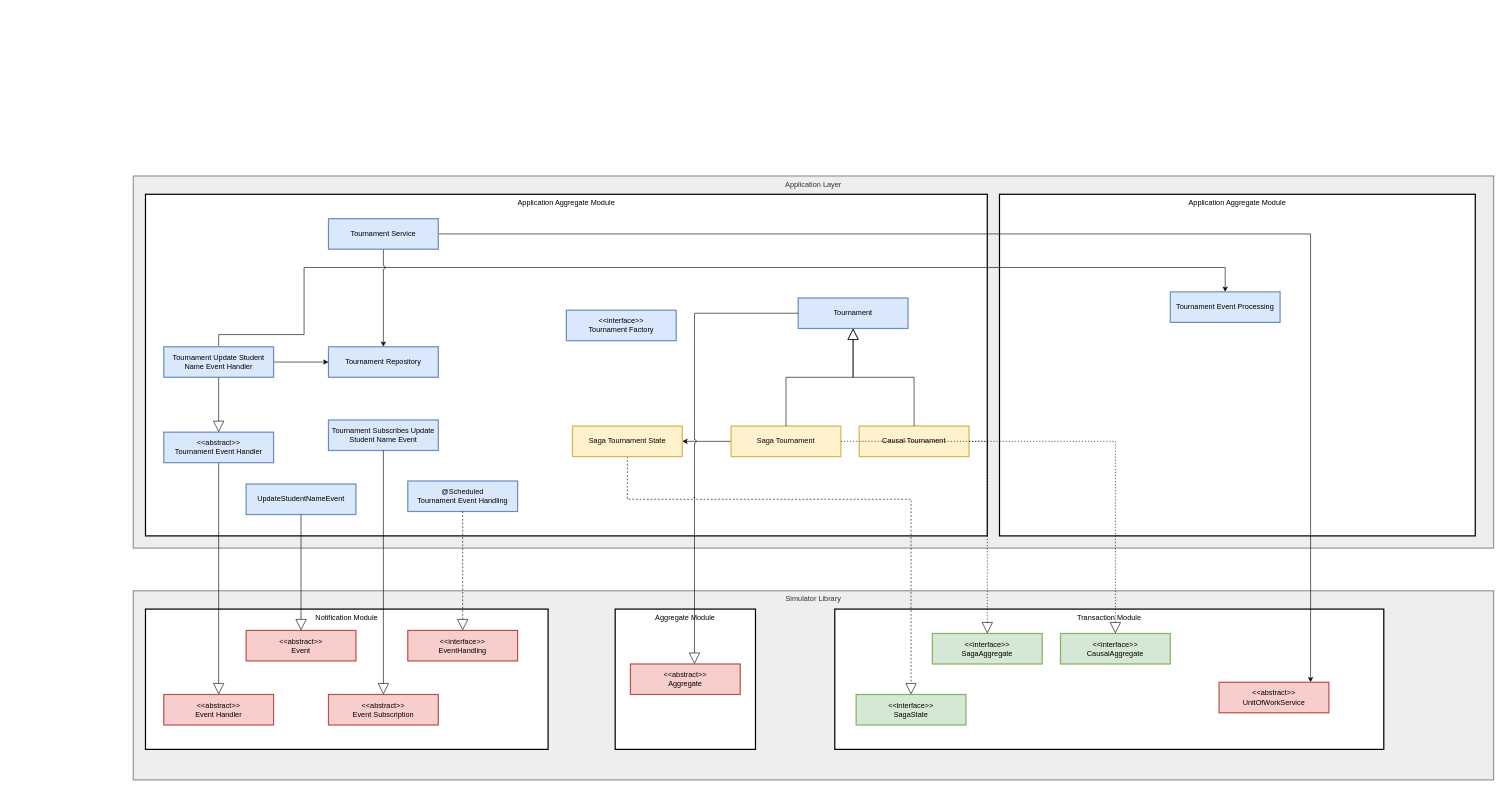
Earlier version of the draw.io diagram data/figs/architecture/layers/layers_app_aggregate.drawio (socialsoftware/microservices-simulator). Source tidied: cells renumbered, new cells numbered last; positions are measured from the earlier drawing's top-left corner, leaving out a move shared by most shapes. Both pictures are drawn from the tidied source at 61%, with x=0, y=0 at pixel (133, 176).
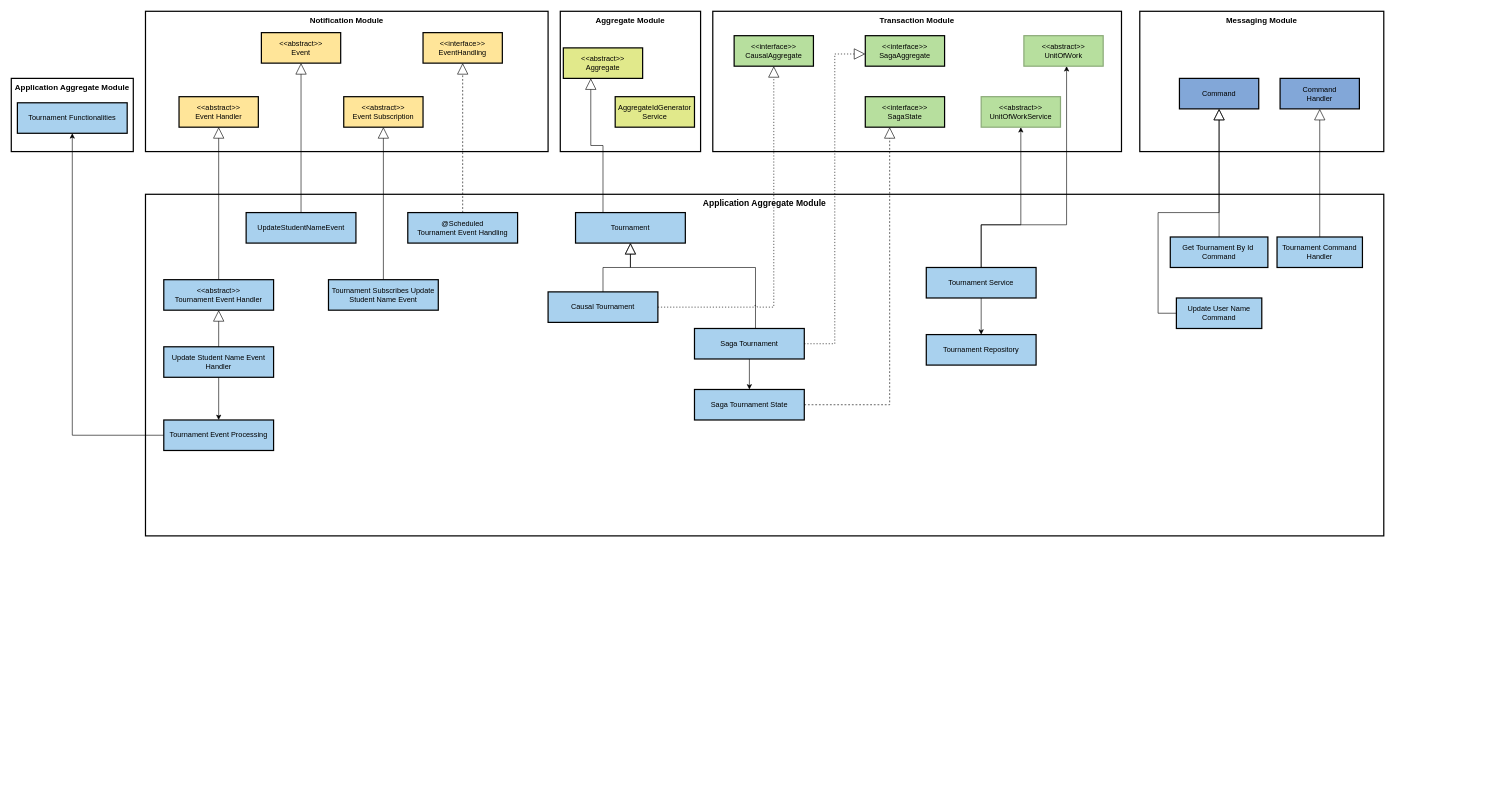
The same page after the edit.

Change to the diagram source:
```diff
@@
-    <mxCell id="2" value="Application Layer" style="whiteSpace=wrap;strokeWidth=2;fillColor=light-dark(#eeeeee,#1f2020);strokeColor=light-dark(#999999,#cccccc);fontColor=light-dark(#333333,#cccccc);verticalAlign=top;" parent="1" vertex="1">
-      <mxGeometry width="2230" height="610" as="geometry" />
-    </mxCell>
-    <mxCell id="3" value="Application Aggregate Module" style="whiteSpace=wrap;strokeWidth=2;verticalAlign=top;" parent="1" vertex="1">
-      <mxGeometry x="1420" y="30" width="780" height="560" as="geometry" />
+    <mxCell id="3" value="Application Aggregate Module" style="whiteSpace=wrap;strokeWidth=2;verticalAlign=top;fontSize=13;fontStyle=1;" parent="1" vertex="1">
+      <mxGeometry x="-200" y="-160" width="200" height="120" as="geometry" />
     </mxCell>
-    <mxCell id="4" value="Simulator Library" style="whiteSpace=wrap;strokeWidth=2;fillColor=light-dark(#eeeeee,#1f2020);strokeColor=light-dark(#999999,#cccccc);fontColor=light-dark(#333333,#cccccc);verticalAlign=top;" parent="1" vertex="1">
-      <mxGeometry y="680" width="2230" height="310" as="geometry" />
-    </mxCell>
+    <mxCell id="47" value="Tournament Functionalities" style="whiteSpace=wrap;strokeWidth=2;fillColor=#A9D1EE;strokeColor=#000000;labelBackgroundColor=none;fontColor=default;textShadow=0;labelBorderColor=none;" parent="1" vertex="1">
+      <mxGeometry x="-190" y="-120" width="180" height="50" as="geometry" />
+    </mxCell>
-    <mxCell id="5" value="Aggregate Module" style="whiteSpace=wrap;strokeWidth=2;verticalAlign=top;" parent="1" vertex="1">
-      <mxGeometry x="790" y="710" width="230" height="230" as="geometry" />
+    <mxCell id="5" value="Aggregate Module" style="whiteSpace=wrap;strokeWidth=2;verticalAlign=top;fontSize=13;fontStyle=1;" parent="1" vertex="1">
+      <mxGeometry x="700" y="-270" width="230" height="230" as="geometry" />
     </mxCell>
-    <mxCell id="6" value="Transaction Module" style="whiteSpace=wrap;strokeWidth=2;verticalAlign=top;" parent="1" vertex="1">
-      <mxGeometry x="1150" y="710" width="900" height="230" as="geometry" />
+    <mxCell id="6" value="Transaction Module" style="whiteSpace=wrap;strokeWidth=2;verticalAlign=top;fontSize=13;fontStyle=1;" parent="1" vertex="1">
+      <mxGeometry x="950" y="-270" width="670" height="230" as="geometry" />
     </mxCell>
-    <mxCell id="7" value="Notification Module" style="whiteSpace=wrap;strokeWidth=2;verticalAlign=top;" parent="1" vertex="1">
-      <mxGeometry x="20" y="710" width="660" height="230" as="geometry" />
+    <mxCell id="7" value="Notification Module" style="whiteSpace=wrap;strokeWidth=2;verticalAlign=top;fontSize=13;fontStyle=1;" parent="1" vertex="1">
+      <mxGeometry x="20" y="-270" width="660" height="230" as="geometry" />
     </mxCell>
-    <mxCell id="8" value="Application Aggregate Module" style="whiteSpace=wrap;strokeWidth=2;verticalAlign=top;" parent="1" vertex="1">
-      <mxGeometry x="20" y="30" width="1380" height="560" as="geometry" />
+    <mxCell id="8" value="Application Aggregate Module" style="whiteSpace=wrap;strokeWidth=2;verticalAlign=top;fontSize=14;fontStyle=1;" parent="1" vertex="1">
+      <mxGeometry x="20" y="30" width="2030" height="560" as="geometry" />
     </mxCell>
-    <mxCell id="9" value="Tournament" style="whiteSpace=wrap;strokeWidth=2;fillColor=#dae8fc;strokeColor=#6c8ebf;" parent="1" vertex="1">
-      <mxGeometry x="1090" y="200" width="180" height="50" as="geometry" />
+    <mxCell id="9" value="Tournament" style="whiteSpace=wrap;strokeWidth=2;fillColor=#A9D1EE;strokeColor=#000000;labelBackgroundColor=none;fontColor=default;textShadow=0;labelBorderColor=none;" parent="1" vertex="1">
+      <mxGeometry x="725" y="60" width="180" height="50" as="geometry" />
     </mxCell>
@@
-    <mxCell id="11" value="Saga Tournament" style="whiteSpace=wrap;strokeWidth=2;fillColor=#fff2cc;strokeColor=#d6b656;" parent="1" vertex="1">
-      <mxGeometry x="980" y="410" width="180" height="50" as="geometry" />
+    <mxCell id="11" value="Saga Tournament" style="whiteSpace=wrap;strokeWidth=2;fillColor=#A9D1EE;strokeColor=#000000;labelBackgroundColor=none;fontColor=default;textShadow=0;labelBorderColor=none;" parent="1" vertex="1">
+      <mxGeometry x="920" y="250" width="180" height="50" as="geometry" />
     </mxCell>
-    <mxCell id="12" value="Causal Tournament" style="whiteSpace=wrap;strokeWidth=2;fillColor=#fff2cc;strokeColor=#d6b656;" parent="1" vertex="1">
-      <mxGeometry x="1190" y="410" width="180" height="50" as="geometry" />
+    <mxCell id="12" value="Causal Tournament" style="whiteSpace=wrap;strokeWidth=2;fillColor=#A9D1EE;strokeColor=#000000;labelBackgroundColor=none;fontColor=default;textShadow=0;labelBorderColor=none;" parent="1" vertex="1">
+      <mxGeometry x="680" y="190" width="180" height="50" as="geometry" />
     </mxCell>
-    <mxCell id="13" value="UpdateStudentNameEvent" style="whiteSpace=wrap;strokeWidth=2;fillColor=#dae8fc;strokeColor=#6c8ebf;" parent="1" vertex="1">
-      <mxGeometry x="185" y="505" width="180" height="50" as="geometry" />
+    <mxCell id="13" value="UpdateStudentNameEvent" style="whiteSpace=wrap;strokeWidth=2;fillColor=#A9D1EE;strokeColor=#000000;labelBackgroundColor=none;fontColor=default;textShadow=0;labelBorderColor=none;" parent="1" vertex="1">
+      <mxGeometry x="185" y="60" width="180" height="50" as="geometry" />
     </mxCell>
-    <mxCell id="14" value="&lt;&lt;abstract&gt;&gt;&#10;Event" style="whiteSpace=wrap;strokeWidth=2;fillColor=#f8cecc;strokeColor=#b85450;" parent="1" vertex="1">
-      <mxGeometry x="185" y="745" width="180" height="50" as="geometry" />
+    <mxCell id="14" value="&lt;&lt;abstract&gt;&gt;&#10;Event" style="whiteSpace=wrap;strokeWidth=2;fillColor=#FFE599;strokeColor=#000000;" parent="1" vertex="1">
+      <mxGeometry x="210" y="-235" width="130" height="50" as="geometry" />
     </mxCell>
-    <mxCell id="15" value="&lt;&lt;interface&gt;&gt;&#10;SagaAggregate" style="whiteSpace=wrap;strokeWidth=2;fillColor=#d5e8d4;strokeColor=#82b366;" parent="1" vertex="1">
-      <mxGeometry x="1310" y="750" width="180" height="50" as="geometry" />
+    <mxCell id="15" value="&lt;&lt;interface&gt;&gt;&#10;SagaAggregate" style="whiteSpace=wrap;strokeWidth=2;fillColor=#B7DF9E;strokeColor=#000000;" parent="1" vertex="1">
+      <mxGeometry x="1200" y="-230" width="130" height="50" as="geometry" />
     </mxCell>
-    <mxCell id="16" value="&lt;&lt;interface&gt;&gt;&#10;CausalAggregate" style="whiteSpace=wrap;strokeWidth=2;fillColor=#d5e8d4;strokeColor=#82b366;" parent="1" vertex="1">
-      <mxGeometry x="1520" y="750" width="180" height="50" as="geometry" />
+    <mxCell id="16" value="&lt;&lt;interface&gt;&gt;&#10;CausalAggregate" style="whiteSpace=wrap;strokeWidth=2;fillColor=#B7DF9E;strokeColor=#000000;" parent="1" vertex="1">
+      <mxGeometry x="985" y="-230" width="130" height="50" as="geometry" />
     </mxCell>
-    <mxCell id="17" value="&lt;&lt;abstract&gt;&gt;&#10;Aggregate" style="whiteSpace=wrap;strokeWidth=2;fillColor=#f8cecc;strokeColor=#b85450;" parent="1" vertex="1">
-      <mxGeometry x="815" y="800" width="180" height="50" as="geometry" />
+    <mxCell id="17" value="&lt;&lt;abstract&gt;&gt;&#10;Aggregate" style="whiteSpace=wrap;strokeWidth=2;fillColor=#E1E98B;strokeColor=#000000;" parent="1" vertex="1">
+      <mxGeometry x="705" y="-210" width="130" height="50" as="geometry" />
     </mxCell>
     <mxCell id="18" style="startArrow=none;endArrow=block;rounded=0;edgeStyle=orthogonalEdgeStyle;endFill=0;jumpSize=6;endSize=16;jumpStyle=arc;" parent="1" edge="1" source="11" target="9">
-      <mxGeometry relative="1" as="geometry" />
+      <mxGeometry relative="1" as="geometry">
+        <Array as="points">
+          <mxPoint x="1020" y="150" />
+          <mxPoint x="815" y="150" />
+        </Array>
+      </mxGeometry>
     </mxCell>
@@
-    <mxCell id="20" style="dashed=1;dashPattern=2 3;startArrow=none;endArrow=block;entryX=0.5;entryY=0;rounded=0;edgeStyle=orthogonalEdgeStyle;endFill=0;endSize=16;jumpStyle=arc;" parent="1" edge="1" source="11" target="15">
-      <mxGeometry relative="1" as="geometry" />
+    <mxCell id="20" style="dashed=1;dashPattern=2 3;startArrow=none;endArrow=block;rounded=0;edgeStyle=orthogonalEdgeStyle;endFill=0;endSize=16;jumpStyle=arc;" parent="1" edge="1" source="11" target="15">
+      <mxGeometry relative="1" as="geometry">
+        <Array as="points">
+          <mxPoint x="1150" y="275" />
+          <mxPoint x="1150" y="-200" />
+        </Array>
+      </mxGeometry>
     </mxCell>
-    <mxCell id="21" style="dashed=1;dashPattern=2 3;startArrow=none;endArrow=block;entryX=0.5;entryY=0;rounded=0;edgeStyle=orthogonalEdgeStyle;endFill=0;endSize=16;jumpStyle=arc;" parent="1" edge="1" source="12" target="16">
+    <mxCell id="21" style="dashed=1;dashPattern=2 3;startArrow=none;endArrow=block;rounded=0;edgeStyle=orthogonalEdgeStyle;endFill=0;endSize=16;jumpStyle=arc;" parent="1" edge="1" source="12" target="16">
       <mxGeometry relative="1" as="geometry" />
     </mxCell>
     <mxCell id="22" style="startArrow=none;endArrow=block;rounded=0;edgeStyle=orthogonalEdgeStyle;endFill=0;endSize=16;jumpStyle=arc;" parent="1" edge="1" source="9" target="17">
       <mxGeometry relative="1" as="geometry">
         <Array as="points">
-          <mxPoint x="920" y="225" />
+          <mxPoint x="770" y="-50" />
+          <mxPoint x="750" y="-50" />
         </Array>
       </mxGeometry>
     </mxCell>
@@
-    <mxCell id="24" style="edgeStyle=orthogonalEdgeStyle;rounded=0;jettySize=auto;html=1;jumpStyle=arc;" parent="1" edge="1" source="26" target="41">
-      <mxGeometry relative="1" as="geometry" />
-    </mxCell>
     <mxCell id="25" style="edgeStyle=orthogonalEdgeStyle;rounded=0;jettySize=auto;html=1;jumpStyle=arc;" parent="1" edge="1" source="26" target="42">
-      <mxGeometry relative="1" as="geometry">
-        <Array as="points">
-          <mxPoint x="140" y="260" />
-          <mxPoint x="280" y="260" />
-          <mxPoint x="280" y="150" />
-          <mxPoint x="1790" y="150" />
-        </Array>
-      </mxGeometry>
+      <mxGeometry relative="1" as="geometry" />
     </mxCell>
-    <mxCell id="26" value="Tournament Update Student Name Event Handler" style="whiteSpace=wrap;strokeWidth=2;fillColor=#dae8fc;strokeColor=#6c8ebf;" parent="1" vertex="1">
+    <mxCell id="26" value="Update Student Name Event Handler" style="whiteSpace=wrap;strokeWidth=2;fillColor=#A9D1EE;strokeColor=#000000;labelBackgroundColor=none;fontColor=default;textShadow=0;labelBorderColor=none;" parent="1" vertex="1">
       <mxGeometry x="50" y="280" width="180" height="50" as="geometry" />
     </mxCell>
-    <mxCell id="27" value="&lt;&lt;abstract&gt;&gt;&#10;Event Handler" style="whiteSpace=wrap;strokeWidth=2;fillColor=#f8cecc;strokeColor=#b85450;" parent="1" vertex="1">
-      <mxGeometry x="50" y="850" width="180" height="50" as="geometry" />
+    <mxCell id="27" value="&lt;&lt;abstract&gt;&gt;&#10;Event Handler" style="whiteSpace=wrap;strokeWidth=2;fillColor=#FFE599;strokeColor=#000000;" parent="1" vertex="1">
+      <mxGeometry x="75" y="-130" width="130" height="50" as="geometry" />
     </mxCell>
@@
-    <mxCell id="29" value="Tournament Subscribes Update Student Name Event" style="whiteSpace=wrap;strokeWidth=2;fillColor=#dae8fc;strokeColor=#6c8ebf;" parent="1" vertex="1">
-      <mxGeometry x="320" y="400" width="180" height="50" as="geometry" />
+    <mxCell id="29" value="Tournament Subscribes Update Student Name Event" style="whiteSpace=wrap;strokeWidth=2;fillColor=#A9D1EE;strokeColor=#000000;labelBackgroundColor=none;fontColor=default;textShadow=0;labelBorderColor=none;" parent="1" vertex="1">
+      <mxGeometry x="320" y="170" width="180" height="50" as="geometry" />
     </mxCell>
-    <mxCell id="30" value="&lt;&lt;abstract&gt;&gt;&#10;Event Subscription" style="whiteSpace=wrap;strokeWidth=2;fillColor=#f8cecc;strokeColor=#b85450;" parent="1" vertex="1">
-      <mxGeometry x="320" y="850" width="180" height="50" as="geometry" />
+    <mxCell id="30" value="&lt;&lt;abstract&gt;&gt;&#10;Event Subscription" style="whiteSpace=wrap;strokeWidth=2;fillColor=#FFE599;strokeColor=#000000;" parent="1" vertex="1">
+      <mxGeometry x="345" y="-130" width="130" height="50" as="geometry" />
     </mxCell>
@@
-    <mxCell id="32" value="@Scheduled&#10;Tournament Event Handling" style="whiteSpace=wrap;strokeWidth=2;fillColor=#dae8fc;strokeColor=#6c8ebf;" parent="1" vertex="1">
-      <mxGeometry x="450" y="500" width="180" height="50" as="geometry" />
+    <mxCell id="32" value="@Scheduled&#10;Tournament Event Handling" style="whiteSpace=wrap;strokeWidth=2;fillColor=#A9D1EE;strokeColor=#000000;labelBackgroundColor=none;fontColor=default;textShadow=0;labelBorderColor=none;" parent="1" vertex="1">
+      <mxGeometry x="450" y="60" width="180" height="50" as="geometry" />
     </mxCell>
     <mxCell id="33" style="edgeStyle=orthogonalEdgeStyle;rounded=0;jettySize=auto;html=1;endArrow=block;endFill=0;endSize=16;dashed=1;jumpStyle=arc;" parent="1" edge="1" source="34" target="38">
       <mxGeometry relative="1" as="geometry">
         <Array as="points">
-          <mxPoint x="810" y="530" />
-          <mxPoint x="1275" y="530" />
+          <mxPoint x="1240" y="375" />
         </Array>
       </mxGeometry>
     </mxCell>
-    <mxCell id="34" value="Saga Tournament State" style="whiteSpace=wrap;strokeWidth=2;fillColor=#fff2cc;strokeColor=#d6b656;" parent="1" vertex="1">
-      <mxGeometry x="720" y="410" width="180" height="50" as="geometry" />
-    </mxCell>
     <mxCell id="35" style="edgeStyle=orthogonalEdgeStyle;rounded=0;jettySize=auto;html=1;jumpStyle=arc;" parent="1" edge="1" source="37" target="43">
       <mxGeometry relative="1" as="geometry">
         <Array as="points">
-          <mxPoint x="1930" y="95" />
+          <mxPoint x="1390" y="80" />
+          <mxPoint x="1455" y="80" />
         </Array>
       </mxGeometry>
     </mxCell>
@@
+    <mxCell id="48" style="edgeStyle=orthogonalEdgeStyle;rounded=0;jettySize=auto;html=1;" parent="1" edge="1" source="37" target="51">
+      <mxGeometry relative="1" as="geometry">
+        <Array as="points">
+          <mxPoint x="1390" y="80" />
+          <mxPoint x="1530" y="80" />
+        </Array>
+      </mxGeometry>
+    </mxCell>
-    <mxCell id="37" value="Tournament Service" style="whiteSpace=wrap;strokeWidth=2;fillColor=#dae8fc;strokeColor=#6c8ebf;" parent="1" vertex="1">
-      <mxGeometry x="320" y="70" width="180" height="50" as="geometry" />
+    <mxCell id="37" value="Tournament Service" style="whiteSpace=wrap;strokeWidth=2;fillColor=#A9D1EE;strokeColor=#000000;labelBackgroundColor=none;fontColor=default;textShadow=0;labelBorderColor=none;" parent="1" vertex="1">
+      <mxGeometry x="1300" y="150" width="180" height="50" as="geometry" />
     </mxCell>
-    <mxCell id="38" value="&lt;&lt;interface&gt;&gt;&#10;SagaState" style="whiteSpace=wrap;strokeWidth=2;fillColor=#d5e8d4;strokeColor=#82b366;" parent="1" vertex="1">
-      <mxGeometry x="1185" y="850" width="180" height="50" as="geometry" />
+    <mxCell id="38" value="&lt;&lt;interface&gt;&gt;&#10;SagaState" style="whiteSpace=wrap;strokeWidth=2;fillColor=#B7DF9E;strokeColor=#000000;" parent="1" vertex="1">
+      <mxGeometry x="1200" y="-130" width="130" height="50" as="geometry" />
     </mxCell>
-    <mxCell id="39" value="&lt;&lt;abstract&gt;&gt;&#10;Tournament Event Handler" style="whiteSpace=wrap;strokeWidth=2;fillColor=#dae8fc;strokeColor=#6c8ebf;" parent="1" vertex="1">
-      <mxGeometry x="50" y="420" width="180" height="50" as="geometry" />
+    <mxCell id="39" value="&lt;&lt;abstract&gt;&gt;&#10;Tournament Event Handler" style="whiteSpace=wrap;strokeWidth=2;fillColor=#A9D1EE;strokeColor=#000000;labelBackgroundColor=none;fontColor=default;textShadow=0;labelBorderColor=none;" parent="1" vertex="1">
+      <mxGeometry x="50" y="170" width="180" height="50" as="geometry" />
     </mxCell>
@@
-    <mxCell id="41" value="Tournament Repository" style="whiteSpace=wrap;strokeWidth=2;fillColor=#dae8fc;strokeColor=#6c8ebf;" parent="1" vertex="1">
-      <mxGeometry x="320" y="280" width="180" height="50" as="geometry" />
+    <mxCell id="41" value="Tournament Repository" style="whiteSpace=wrap;strokeWidth=2;fillColor=#A9D1EE;strokeColor=#000000;labelBackgroundColor=none;fontColor=default;textShadow=0;labelBorderColor=none;" parent="1" vertex="1">
+      <mxGeometry x="1300" y="260" width="180" height="50" as="geometry" />
     </mxCell>
+    <mxCell id="49" style="edgeStyle=orthogonalEdgeStyle;rounded=0;jettySize=auto;html=1;" parent="1" edge="1" source="42" target="47">
+      <mxGeometry relative="1" as="geometry" />
+    </mxCell>
-    <mxCell id="42" value="Tournament Event Processing" style="whiteSpace=wrap;strokeWidth=2;fillColor=#dae8fc;strokeColor=#6c8ebf;" parent="1" vertex="1">
-      <mxGeometry x="1700" y="190" width="180" height="50" as="geometry" />
+    <mxCell id="42" value="Tournament Event Processing" style="whiteSpace=wrap;strokeWidth=2;fillColor=#A9D1EE;strokeColor=#000000;labelBackgroundColor=none;fontColor=default;textShadow=0;labelBorderColor=none;" parent="1" vertex="1">
+      <mxGeometry x="50" y="400" width="180" height="50" as="geometry" />
     </mxCell>
-    <mxCell id="43" value="&lt;&lt;abstract&gt;&gt;&#10;UnitOfWorkService" style="whiteSpace=wrap;strokeWidth=2;fillColor=#f8cecc;strokeColor=#b85450;" parent="1" vertex="1">
-      <mxGeometry x="1780" y="830" width="180" height="50" as="geometry" />
+    <mxCell id="43" value="&lt;&lt;abstract&gt;&gt;&#10;UnitOfWorkService" style="whiteSpace=wrap;strokeWidth=2;fillColor=#B7DF9E;strokeColor=#8CAB79;" parent="1" vertex="1">
+      <mxGeometry x="1390" y="-130" width="130" height="50" as="geometry" />
     </mxCell>
-    <mxCell id="44" value="&lt;&lt;interface&gt;&gt;&#10;Tournament Factory" style="whiteSpace=wrap;strokeWidth=2;fillColor=#dae8fc;strokeColor=#6c8ebf;" parent="1" vertex="1">
-      <mxGeometry x="710" y="220" width="180" height="50" as="geometry" />
-    </mxCell>
-    <mxCell id="45" value="&lt;&lt;interface&gt;&gt;&#10;EventHandling" style="whiteSpace=wrap;strokeWidth=2;fillColor=#f8cecc;strokeColor=#b85450;" parent="1" vertex="1">
-      <mxGeometry x="450" y="745" width="180" height="50" as="geometry" />
+    <mxCell id="45" value="&lt;&lt;interface&gt;&gt;&#10;EventHandling" style="whiteSpace=wrap;strokeWidth=2;fillColor=#FFE599;strokeColor=#000000;" parent="1" vertex="1">
+      <mxGeometry x="475" y="-235" width="130" height="50" as="geometry" />
     </mxCell>
@@
+    <mxCell id="34" value="Saga Tournament State" style="whiteSpace=wrap;strokeWidth=2;fillColor=#A9D1EE;strokeColor=#000000;labelBackgroundColor=none;fontColor=default;textShadow=0;labelBorderColor=none;" parent="1" vertex="1">
+      <mxGeometry x="920" y="350" width="180" height="50" as="geometry" />
+    </mxCell>
+    <mxCell id="50" value="Messaging Module" style="whiteSpace=wrap;strokeWidth=2;verticalAlign=top;fontSize=13;fontStyle=1;" parent="1" vertex="1">
+      <mxGeometry x="1650" y="-270" width="400" height="230" as="geometry" />
+    </mxCell>
+    <mxCell id="51" value="&lt;&lt;abstract&gt;&gt;&#10;UnitOfWork" style="whiteSpace=wrap;strokeWidth=2;fillColor=#B7DF9E;strokeColor=#8CAB79;" parent="1" vertex="1">
+      <mxGeometry x="1460" y="-230" width="130" height="50" as="geometry" />
+    </mxCell>
+    <mxCell id="52" style="edgeStyle=orthogonalEdgeStyle;rounded=0;jettySize=auto;html=1;endArrow=block;endFill=0;endSize=16;" parent="1" edge="1" source="53" target="54">
+      <mxGeometry relative="1" as="geometry">
+        <Array as="points">
+          <mxPoint x="1780" y="-20" />
+          <mxPoint x="1780" y="-20" />
+        </Array>
+      </mxGeometry>
+    </mxCell>
+    <mxCell id="53" value="Get Tournament By Id &#10;Command" style="whiteSpace=wrap;strokeWidth=2;fillColor=#A9D1EE;strokeColor=#000000;labelBackgroundColor=none;fontColor=default;textShadow=0;labelBorderColor=none;" parent="1" vertex="1">
+      <mxGeometry x="1700" y="100" width="160" height="50" as="geometry" />
+    </mxCell>
+    <mxCell id="54" value="Command" style="whiteSpace=wrap;strokeWidth=2;fillColor=#82A7D8;strokeColor=#000000;labelBackgroundColor=none;fontColor=default;textShadow=0;labelBorderColor=none;" parent="1" vertex="1">
+      <mxGeometry x="1715" y="-160" width="130" height="50" as="geometry" />
+    </mxCell>
+    <mxCell id="55" value="Update User Name&#10;Command" style="whiteSpace=wrap;strokeWidth=2;fillColor=#A9D1EE;strokeColor=#000000;labelBackgroundColor=none;fontColor=default;textShadow=0;labelBorderColor=none;" parent="1" vertex="1">
+      <mxGeometry x="1710" y="200" width="140" height="50" as="geometry" />
+    </mxCell>
+    <mxCell id="56" style="edgeStyle=orthogonalEdgeStyle;rounded=0;jettySize=auto;html=1;endArrow=block;endFill=0;endSize=16;" parent="1" edge="1" source="55" target="54">
+      <mxGeometry relative="1" as="geometry">
+        <Array as="points">
+          <mxPoint x="1680" y="225" />
+          <mxPoint x="1680" y="60" />
+          <mxPoint x="1780" y="60" />
+        </Array>
+      </mxGeometry>
+    </mxCell>
+    <mxCell id="57" value="Command&#10;Handler" style="whiteSpace=wrap;strokeWidth=2;fillColor=#82A7D8;strokeColor=#000000;labelBackgroundColor=none;fontColor=default;textShadow=0;labelBorderColor=none;" parent="1" vertex="1">
+      <mxGeometry x="1880" y="-160" width="130" height="50" as="geometry" />
+    </mxCell>
+    <mxCell id="58" value="Tournament Command Handler" style="whiteSpace=wrap;strokeWidth=2;fillColor=#A9D1EE;strokeColor=#000000;labelBackgroundColor=none;fontColor=default;textShadow=0;labelBorderColor=none;" parent="1" vertex="1">
+      <mxGeometry x="1875" y="100" width="140" height="50" as="geometry" />
+    </mxCell>
+    <mxCell id="59" style="edgeStyle=orthogonalEdgeStyle;rounded=0;jettySize=auto;html=1;endArrow=block;endFill=0;endSize=16;" parent="1" edge="1" source="58" target="57">
+      <mxGeometry relative="1" as="geometry" />
+    </mxCell>
+    <mxCell id="60" value="AggregateIdGenerator&#10;Service" style="whiteSpace=wrap;strokeWidth=2;fillColor=#E1E98B;strokeColor=#000000;" parent="1" vertex="1">
+      <mxGeometry x="790" y="-130" width="130" height="50" as="geometry" />
+    </mxCell>
```
